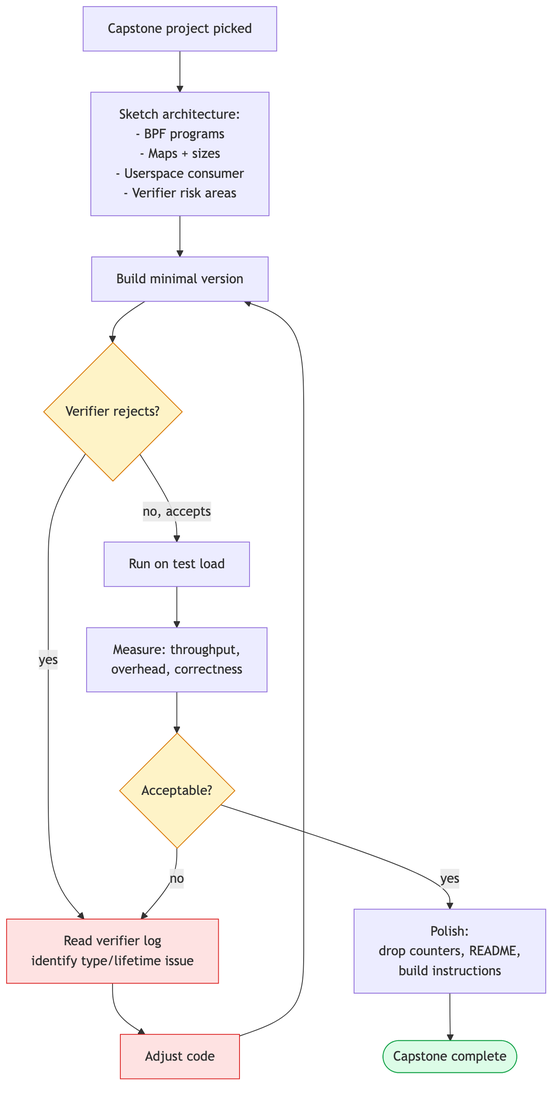
This is ebpf/src/diagrams/day28_capstone_loop.png from biefy/books, a Mermaid export, as it was before one commit. Its source is kept beside it as ebpf/src/diagrams/src/day28_capstone_loop.mmd.
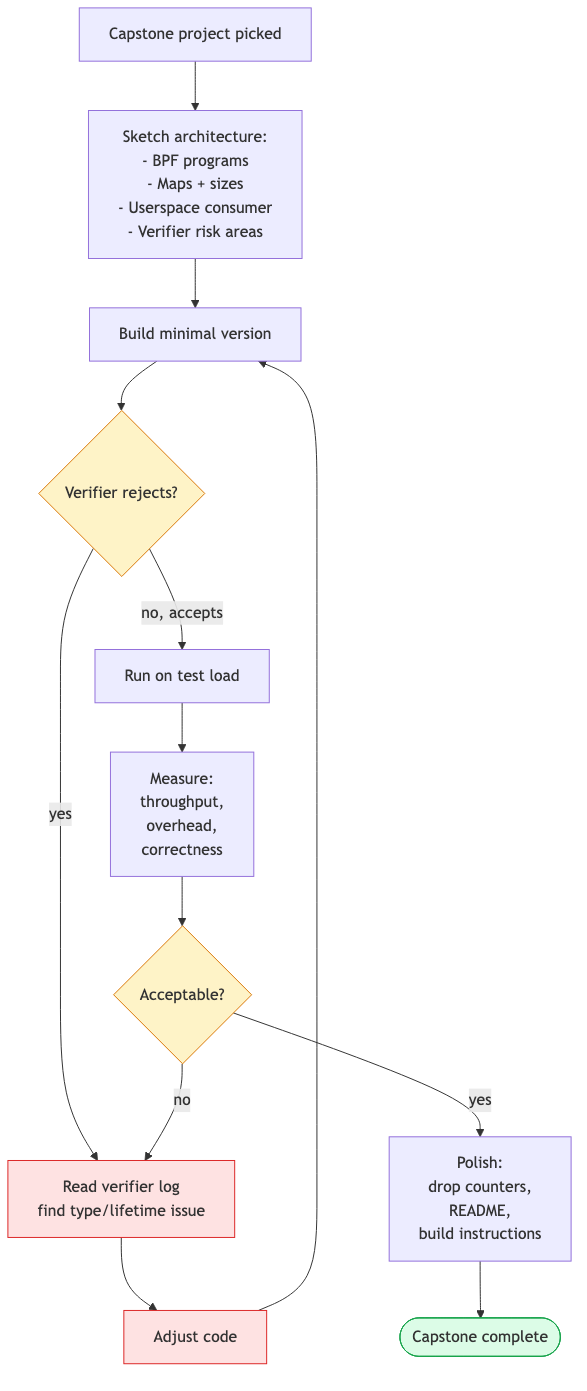
After the commit.

What changed in the source:
```diff
@@ -4,14 +4,14 @@
 
     Build["Build minimal version"]
     Verify{"Verifier rejects?"}
-    Read["Read verifier log<br/>identify type/lifetime issue"]
+    Read["Read verifier log<br/>find type/lifetime issue"]
     Fix["Adjust code"]
 
     Test["Run on test load"]
-    Measure["Measure: throughput,<br/>overhead, correctness"]
+    Measure["Measure:<br/>throughput,<br/>overhead,<br/>correctness"]
     OK{"Acceptable?"}
 
-    Polish["Polish:<br/>drop counters, README,<br/>build instructions"]
+    Polish["Polish:<br/>drop counters,<br/>README,<br/>build instructions"]
     Done(["Capstone complete"])
 
     Idea --> Outline --> Build --> Verify
```
